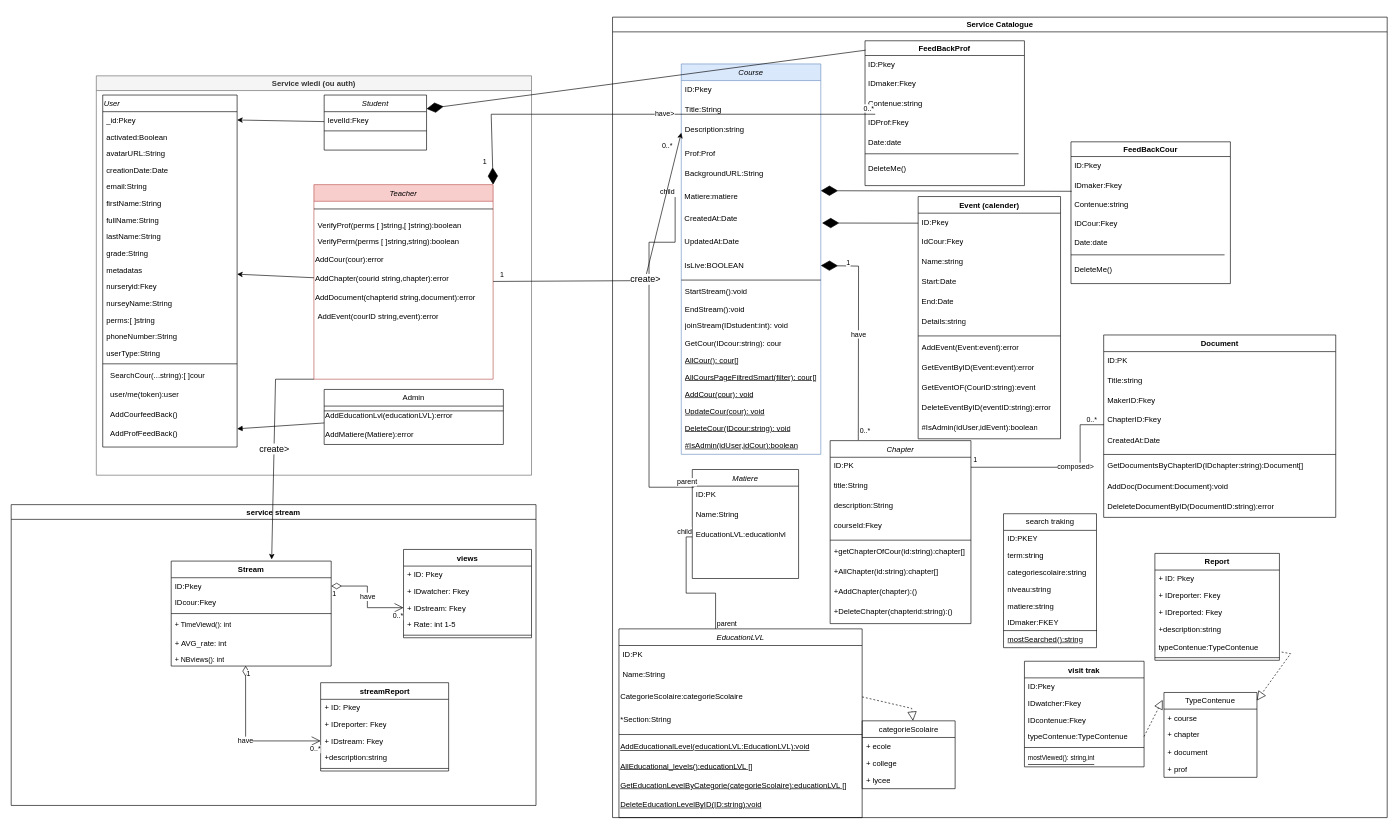
faresUnderScore999/test1.0 keeps this draw.io diagram as catalog.drawio. Above is the earlier version. Source tidied: cells renumbered, new cells numbered last; positions are measured from the earlier drawing's top-left corner, leaving out a move shared by most shapes. Both pictures are drawn from the tidied source at 64%, with x=0, y=0 at pixel (11, 11).
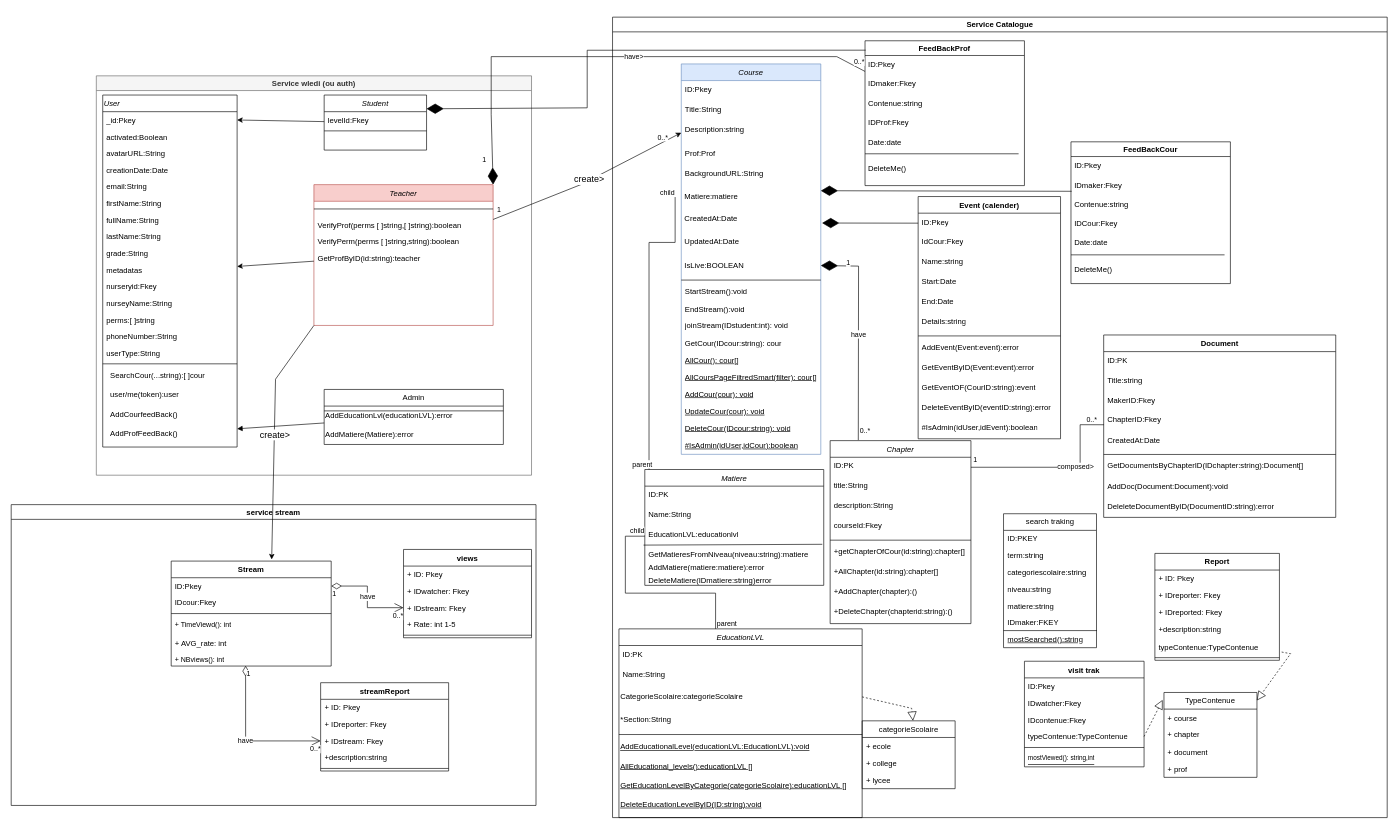
After the change.

Commit message (it also covers changes not shown here):
Mettre à jour catalog.drawio

Unchanged cells that the change refers to:
```xml
<mxCell id="2" value="Service wledi (ou auth)" style="swimlane;whiteSpace=wrap;html=1;fillColor=#f5f5f5;fontColor=#333333;strokeColor=#666666;" parent="1" vertex="1">
  <mxGeometry x="133" y="101" width="680" height="624" as="geometry" />
</mxCell>
<mxCell id="24" value="Student" style="swimlane;fontStyle=2;align=center;verticalAlign=top;horizontal=1;startSize=26;rounded=0;shadow=0;strokeWidth=1;" parent="2" vertex="1">
  <mxGeometry x="356" y="30" width="160" height="86" as="geometry" />
</mxCell>
<mxCell id="43" value="Service Catalogue" style="swimlane;whiteSpace=wrap;html=1;" parent="42" vertex="1">
  <mxGeometry x="-10.4" y="9.3" width="1210.4" height="1250.7" as="geometry" />
</mxCell>
<mxCell id="44" value="EducationLVL" style="swimlane;fontStyle=2;align=center;verticalAlign=top;horizontal=1;startSize=26;rounded=0;shadow=0;strokeWidth=1;" parent="43" vertex="1">
  <mxGeometry x="10" y="955.8" width="380" height="294.9" as="geometry" />
</mxCell>
<mxCell id="57" value="Description:string" style="text;align=left;verticalAlign=top;spacingLeft=4;spacingRight=4;overflow=hidden;points=[[0,0.5],[1,0.5]];portConstraint=eastwest;rounded=0;shadow=0;html=0;" parent="54" vertex="1">
  <mxGeometry y="88.3" width="218" height="38.4" as="geometry" />
</mxCell>
<mxCell id="121" value="FeedBackProf" style="swimlane;whiteSpace=wrap;html=1;" parent="43" vertex="1">
  <mxGeometry x="394.5" y="36.9" width="249.1" height="226.3" as="geometry" />
</mxCell>
```

The edit, as a diff of the source:
```diff
@@
     <mxCell id="28" value="Teacher" style="swimlane;fontStyle=2;align=center;verticalAlign=top;horizontal=1;startSize=26;rounded=0;shadow=0;strokeWidth=1;fillColor=#f8cecc;strokeColor=#b85450;" parent="2" vertex="1">
-      <mxGeometry x="340" y="170" width="280" height="304" as="geometry" />
+      <mxGeometry x="340" y="170" width="280" height="220" as="geometry" />
     </mxCell>
@@
-    <mxCell id="32" value="AddCour(cour):error" style="text;html=1;align=left;verticalAlign=middle;whiteSpace=wrap;rounded=0;strokeColor=none;glass=0;shadow=0;" parent="28" vertex="1">
-      <mxGeometry y="102" width="280" height="30" as="geometry" />
-    </mxCell>
-    <mxCell id="33" value="AddChapter(courid string,chapter):error" style="text;html=1;align=left;verticalAlign=middle;whiteSpace=wrap;rounded=0;" parent="28" vertex="1">
-      <mxGeometry y="132" width="280" height="30" as="geometry" />
-    </mxCell>
-    <mxCell id="34" value="AddDocument(chapterid string,document):error" style="text;html=1;align=left;verticalAlign=middle;whiteSpace=wrap;rounded=0;" parent="28" vertex="1">
-      <mxGeometry y="162" width="280" height="30" as="geometry" />
-    </mxCell>
-    <mxCell id="35" value="AddEvent(courID string,event):error" style="text;strokeColor=none;fillColor=none;align=left;verticalAlign=top;spacingLeft=4;spacingRight=4;overflow=hidden;whiteSpace=wrap;html=1;" parent="28" vertex="1">
-      <mxGeometry y="192" width="280" height="26" as="geometry" />
-    </mxCell>
+    <mxCell id="220" value="GetProfByID(id:string):teacher" style="text;align=left;verticalAlign=top;spacingLeft=4;spacingRight=4;overflow=hidden;rounded=0;shadow=0;html=0;" parent="28" vertex="1">
+      <mxGeometry y="102" width="280" height="26" as="geometry" />
+    </mxCell>
@@
     <mxCell id="101" value="Matiere" style="swimlane;fontStyle=2;align=center;verticalAlign=top;horizontal=1;startSize=26;rounded=0;shadow=0;strokeWidth=1;" parent="43" vertex="1">
-      <mxGeometry x="124.6" y="706.8" width="166.1" height="170.3" as="geometry" />
+      <mxGeometry x="50.4" y="706.8" width="279.6" height="181" as="geometry" />
     </mxCell>
     <mxCell id="102" value="ID:PK" style="text;align=left;verticalAlign=top;spacingLeft=4;spacingRight=4;overflow=hidden;" parent="101" vertex="1">
-      <mxGeometry y="26" width="166.1" height="31.2" as="geometry" />
+      <mxGeometry y="26" width="279.6" height="31.2" as="geometry" />
     </mxCell>
     <mxCell id="103" value="Name:String" style="text;align=left;verticalAlign=top;spacingLeft=4;spacingRight=4;overflow=hidden;rounded=0;shadow=0;html=0;" parent="101" vertex="1">
-      <mxGeometry y="57.2" width="166.1" height="31.2" as="geometry" />
+      <mxGeometry y="57.2" width="279.6" height="31.2" as="geometry" />
     </mxCell>
     <mxCell id="104" value="EducationLVL:educationlvl" style="text;align=left;verticalAlign=top;spacingLeft=4;spacingRight=4;overflow=hidden;points=[[0,0.5],[1,0.5]];portConstraint=eastwest;rounded=0;shadow=0;html=0;" parent="101" vertex="1">
-      <mxGeometry y="88.3" width="166.1" height="31.2" as="geometry" />
+      <mxGeometry y="88.3" width="279.6" height="31.2" as="geometry" />
     </mxCell>
+    <mxCell id="221" value="GetMatieresFromNiveau(niveau:string):matiere" style="text;align=left;verticalAlign=top;spacingLeft=4;spacingRight=4;overflow=hidden;points=[[0,0.5],[1,0.5]];portConstraint=eastwest;rounded=0;shadow=0;html=0;" parent="101" vertex="1">
+      <mxGeometry y="119.5" width="279.6" height="20.5" as="geometry" />
+    </mxCell>
+    <mxCell id="222" style="endArrow=none;html=1;rounded=0;entryX=0.992;entryY=0.916;entryDx=0;entryDy=0;exitX=-0.007;exitY=-0.068;exitDx=0;exitDy=0;entryPerimeter=0;exitPerimeter=0;" parent="101" edge="1" source="221" target="104">
+      <mxGeometry relative="1" as="geometry" />
+    </mxCell>
+    <mxCell id="223" value="AddMatiere(matiere:matiere):error" style="text;align=left;verticalAlign=top;spacingLeft=4;spacingRight=4;overflow=hidden;rounded=0;shadow=0;html=0;" parent="101" vertex="1">
+      <mxGeometry y="140" width="279.6" height="20.5" as="geometry" />
+    </mxCell>
+    <mxCell id="224" value="DeleteMatiere(IDmatiere:string)error" style="text;align=left;verticalAlign=top;spacingLeft=4;spacingRight=4;overflow=hidden;rounded=0;shadow=0;html=0;" parent="101" vertex="1">
+      <mxGeometry y="160.5" width="279.6" height="20.5" as="geometry" />
+    </mxCell>
@@
     <mxCell id="106" style="endArrow=none;html=1;edgeStyle=orthogonalEdgeStyle;rounded=0;" parent="43" edge="1" source="44" target="104">
       <mxGeometry relative="1" as="geometry">
         <Array as="points">
           <mxPoint x="161" y="900" />
-          <mxPoint x="115" y="900" />
-          <mxPoint x="115" y="812.1" />
+          <mxPoint x="20" y="900" />
+          <mxPoint x="20" y="811" />
         </Array>
       </mxGeometry>
     </mxCell>
@@
-    <mxCell id="109" style="endArrow=none;html=1;edgeStyle=orthogonalEdgeStyle;rounded=0;entryX=0;entryY=0.5;entryDx=0;entryDy=0;" parent="43" edge="1">
+    <mxCell id="109" style="endArrow=none;html=1;edgeStyle=orthogonalEdgeStyle;rounded=0;entryX=0;entryY=0.5;entryDx=0;entryDy=0;" parent="43" edge="1" source="101">
       <mxGeometry relative="1" as="geometry">
-        <mxPoint x="127.4" y="734.5" as="sourcePoint" />
         <mxPoint x="97.8" y="281.1" as="targetPoint" />
         <Array as="points">
-          <mxPoint x="127" y="734.5" />
-          <mxPoint x="57" y="734.5" />
-          <mxPoint x="57" y="351.7" />
-          <mxPoint x="98" y="351.7" />
+          <mxPoint x="57" y="352" />
+          <mxPoint x="98" y="352" />
         </Array>
       </mxGeometry>
     </mxCell>
@@
-    <mxCell id="183" style="endArrow=diamondThin;endFill=1;endSize=24;html=1;rounded=0;entryX=1;entryY=0;entryDx=0;entryDy=0;" parent="1" edge="1" target="28">
+    <mxCell id="183" style="endArrow=diamondThin;endFill=1;endSize=24;html=1;rounded=0;entryX=1;entryY=0;entryDx=0;entryDy=0;" parent="1" edge="1" source="121" target="28">
       <mxGeometry relative="1" as="geometry">
-        <mxPoint x="1350" y="161" as="sourcePoint" />
         <Array as="points">
+          <mxPoint x="1290" y="71" />
+          <mxPoint x="750" y="71" />
           <mxPoint x="750" y="161" />
         </Array>
       </mxGeometry>
     </mxCell>
@@
     <mxCell id="187" style="endArrow=diamondThin;endFill=1;endSize=24;html=1;rounded=0;entryX=1;entryY=0.25;entryDx=0;entryDy=0;exitX=0.004;exitY=0.065;exitDx=0;exitDy=0;exitPerimeter=0;" parent="1" edge="1" source="121" target="24">
-      <mxGeometry relative="1" as="geometry" />
+      <mxGeometry relative="1" as="geometry">
+        <Array as="points">
+          <mxPoint x="900" y="61" />
+          <mxPoint x="900" y="151" />
+        </Array>
+      </mxGeometry>
     </mxCell>
@@
     <mxCell id="216" style="endArrow=classic;html=1;rounded=0;entryX=0;entryY=0.5;entryDx=0;entryDy=0;" parent="1" edge="1" source="28" target="57">
       <mxGeometry relative="1" as="geometry">
         <Array as="points">
-          <mxPoint x="990" y="421" />
+          <mxPoint x="890" y="271" />
         </Array>
       </mxGeometry>
     </mxCell>
```
